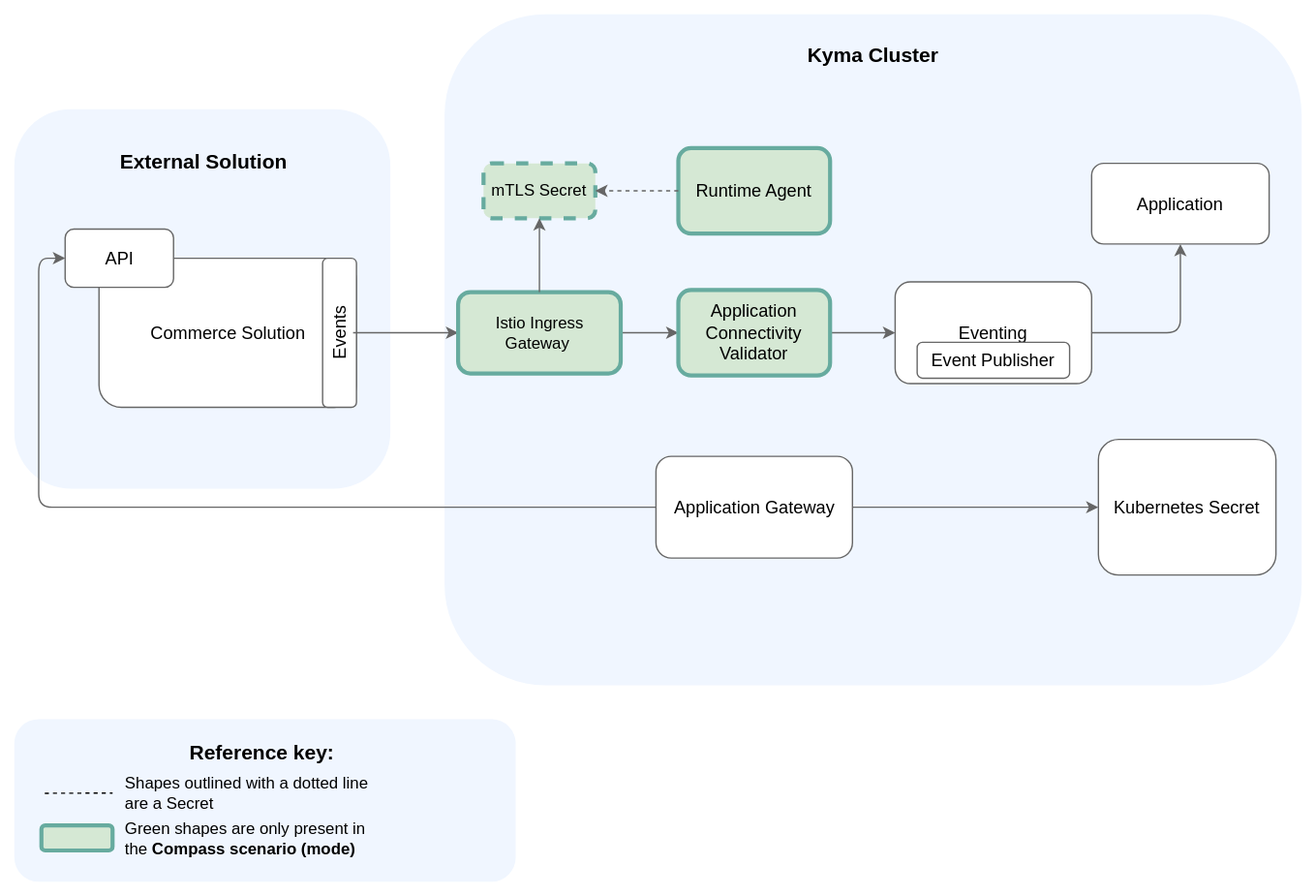
kyma-project/kyma keeps this draw.io diagram as docs/05-technical-reference/00-architecture/assets/ac-application-connector-architecture.svg. Above is the earlier version. Source tidied: cells renumbered, new cells last; positions are measured from the earlier drawing's top-left corner, leaving out a move shared by most shapes.
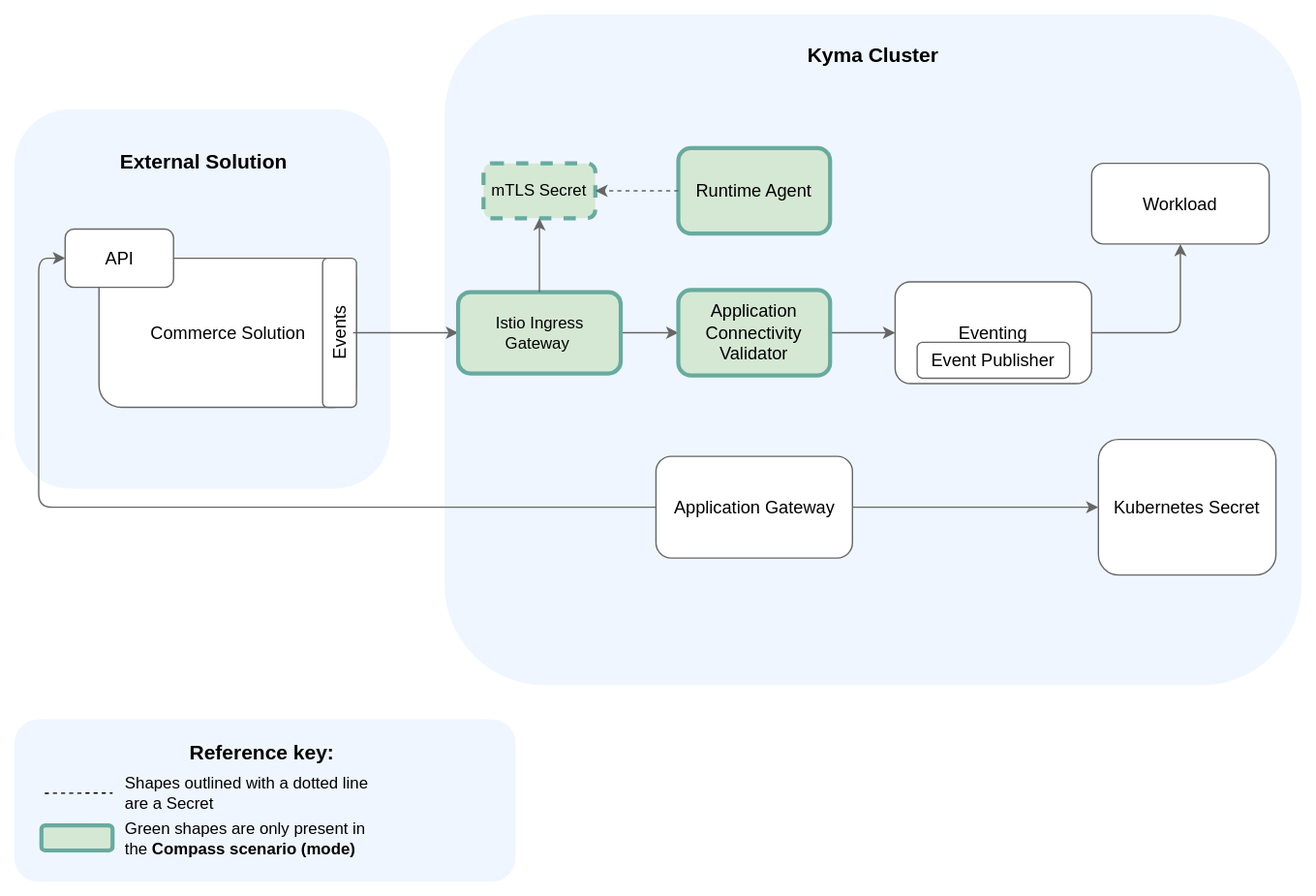
After the commit.

Commit message:
Add a review suggestion to the diagram

What changed in the source:
```diff
@@ -71,7 +71,7 @@
     <mxCell id="21" value="&lt;font style=&quot;font-size: 13px&quot;&gt;Kubernetes Secret&lt;br&gt;&lt;/font&gt;" style="whiteSpace=wrap;html=1;backgroundOutline=1;darkOpacity=0.05;strokeColor=#666666;rounded=1;" parent="1" vertex="1">
       <mxGeometry x="810" y="323.7" width="131" height="100" as="geometry" />
     </mxCell>
-    <mxCell id="22" value="&lt;font style=&quot;font-size: 13px&quot;&gt;Application&lt;br&gt;&lt;/font&gt;" style="whiteSpace=wrap;html=1;backgroundOutline=1;darkOpacity=0.05;strokeColor=#666666;rounded=1;" parent="1" vertex="1">
+    <mxCell id="22" value="&lt;font style=&quot;font-size: 13px&quot;&gt;Workload&lt;br&gt;&lt;/font&gt;" style="whiteSpace=wrap;html=1;backgroundOutline=1;darkOpacity=0.05;strokeColor=#666666;rounded=1;" parent="1" vertex="1">
       <mxGeometry x="805" y="120" width="131" height="59.5" as="geometry" />
     </mxCell>
     <mxCell id="23" value="mTLS Secret" style="rounded=1;whiteSpace=wrap;html=1;strokeWidth=3;fillColor=#D5E8D4;strokeColor=#67AB9F;dashed=1;" parent="1" vertex="1">
```
